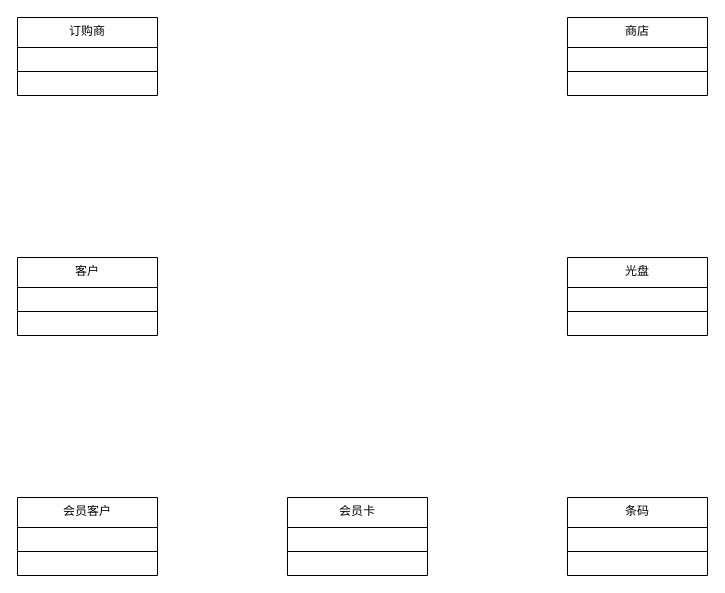
This is 5.3.drawio from markzhang12345/drawio, a draw.io file, before an edit. Source tidied: cells renumbered, new cells numbered last; positions are measured from the earlier drawing's top-left corner, leaving out a move shared by most shapes. Both pictures are drawn from the tidied source at 100%, with x=0, y=0 at pixel (17, 17).
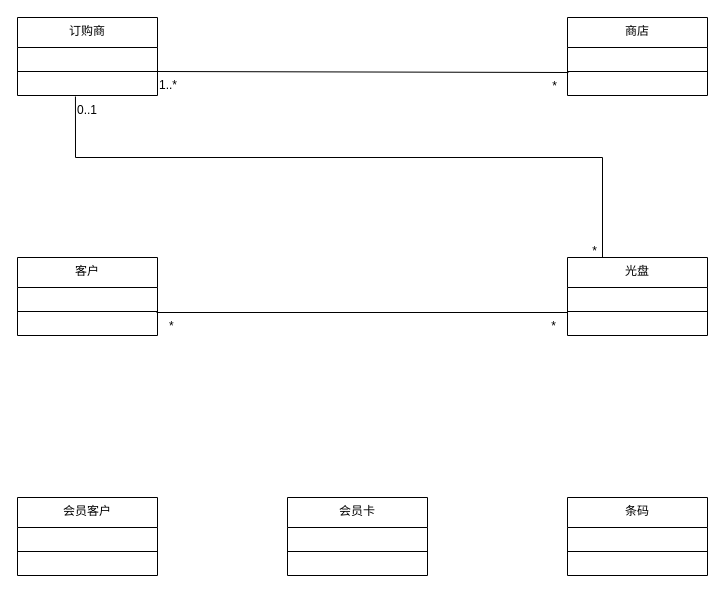
The same page after the edit.

The change refers to these unchanged cells:
```xml
<mxCell id="3" value="&amp;nbsp;" style="text;html=1;strokeColor=none;fillColor=none;align=left;verticalAlign=middle;spacingLeft=4;spacingRight=4;overflow=hidden;points=[[0,0.5],[1,0.5]];portConstraint=eastwest;whiteSpace=wrap;" parent="2" vertex="1">
  <mxGeometry y="30" width="140" height="20" as="geometry" />
</mxCell>
<mxCell id="5" value="&amp;nbsp;" style="text;html=1;strokeColor=none;fillColor=none;align=left;verticalAlign=middle;spacingLeft=4;spacingRight=4;overflow=hidden;points=[[0,0.5],[1,0.5]];portConstraint=eastwest;whiteSpace=wrap;" parent="2" vertex="1">
  <mxGeometry y="58" width="140" height="20" as="geometry" />
</mxCell>
<mxCell id="9" value="&amp;nbsp;" style="text;html=1;strokeColor=none;fillColor=none;align=left;verticalAlign=middle;spacingLeft=4;spacingRight=4;overflow=hidden;points=[[0,0.5],[1,0.5]];portConstraint=eastwest;whiteSpace=wrap;" parent="6" vertex="1">
  <mxGeometry y="58" width="140" height="20" as="geometry" />
</mxCell>
<mxCell id="13" value="&amp;nbsp;" style="text;html=1;strokeColor=none;fillColor=none;align=left;verticalAlign=middle;spacingLeft=4;spacingRight=4;overflow=hidden;points=[[0,0.5],[1,0.5]];portConstraint=eastwest;whiteSpace=wrap;" parent="10" vertex="1">
  <mxGeometry y="58" width="140" height="20" as="geometry" />
</mxCell>
<mxCell id="14" value="光盘" style="swimlane;fontStyle=0;align=center;verticalAlign=top;horizontal=1;startSize=30;html=1;whiteSpace=wrap;" parent="1" vertex="1">
  <mxGeometry x="550" y="240" width="140" height="78" as="geometry" />
</mxCell>
```

Change to the diagram source:
```diff
@@
+    <mxCell id="30" style="endArrow=none;html=1;rounded=0;align=center;verticalAlign=top;endFill=0;labelBackgroundColor=none;exitX=1;exitY=1.2;exitDx=0;exitDy=0;exitPerimeter=0;entryX=0.007;entryY=-0.15;entryDx=0;entryDy=0;entryPerimeter=0;" parent="1" edge="1" source="3" target="9">
+      <mxGeometry relative="1" as="geometry" />
+    </mxCell>
+    <mxCell id="31" style="html=1;align=left;verticalAlign=bottom;labelBackgroundColor=none;" parent="30" vertex="1">
+      <mxGeometry x="-1" relative="1" as="geometry" />
+    </mxCell>
+    <mxCell id="32" value="1..*" style="html=1;align=left;verticalAlign=top;labelBackgroundColor=none;" parent="30" vertex="1">
+      <mxGeometry x="-1" relative="1" as="geometry" />
+    </mxCell>
+    <mxCell id="33" value="*" style="html=1;align=right;verticalAlign=top;labelBackgroundColor=none;" parent="30" vertex="1">
+      <mxGeometry x="1" relative="1" as="geometry">
+        <mxPoint x="-11" as="offset" />
+      </mxGeometry>
+    </mxCell>
+    <mxCell id="34" style="endArrow=none;html=1;rounded=0;align=center;verticalAlign=top;endFill=0;labelBackgroundColor=none;exitX=0.414;exitY=1.05;exitDx=0;exitDy=0;exitPerimeter=0;entryX=0.25;entryY=0;entryDx=0;entryDy=0;" parent="1" edge="1" source="5" target="14">
+      <mxGeometry relative="1" as="geometry">
+        <Array as="points">
+          <mxPoint x="58" y="140" />
+          <mxPoint x="585" y="140" />
+        </Array>
+      </mxGeometry>
+    </mxCell>
+    <mxCell id="35" style="html=1;align=left;verticalAlign=bottom;labelBackgroundColor=none;" parent="34" vertex="1">
+      <mxGeometry x="-1" relative="1" as="geometry" />
+    </mxCell>
+    <mxCell id="36" value="0..1" style="html=1;align=left;verticalAlign=top;labelBackgroundColor=none;" parent="34" vertex="1">
+      <mxGeometry x="-1" relative="1" as="geometry" />
+    </mxCell>
+    <mxCell id="37" value="*" style="html=1;align=right;verticalAlign=top;labelBackgroundColor=none;" parent="34" vertex="1">
+      <mxGeometry x="1" relative="1" as="geometry">
+        <mxPoint x="-5" y="-20" as="offset" />
+      </mxGeometry>
+    </mxCell>
+    <mxCell id="38" style="endArrow=none;html=1;rounded=0;align=center;verticalAlign=top;endFill=0;labelBackgroundColor=none;exitX=0.993;exitY=-0.15;exitDx=0;exitDy=0;exitPerimeter=0;" parent="1" edge="1" source="13">
+      <mxGeometry relative="1" as="geometry">
+        <mxPoint x="550" y="295" as="targetPoint" />
+      </mxGeometry>
+    </mxCell>
+    <mxCell id="39" style="html=1;align=left;verticalAlign=bottom;labelBackgroundColor=none;" parent="38" vertex="1">
+      <mxGeometry x="-1" relative="1" as="geometry" />
+    </mxCell>
+    <mxCell id="40" value="*" style="html=1;align=left;verticalAlign=top;labelBackgroundColor=none;" parent="38" vertex="1">
+      <mxGeometry x="-1" relative="1" as="geometry">
+        <mxPoint x="11" as="offset" />
+      </mxGeometry>
+    </mxCell>
+    <mxCell id="41" value="*" style="html=1;align=right;verticalAlign=top;labelBackgroundColor=none;" parent="38" vertex="1">
+      <mxGeometry x="1" relative="1" as="geometry">
+        <mxPoint x="-11" as="offset" />
+      </mxGeometry>
+    </mxCell>
```
